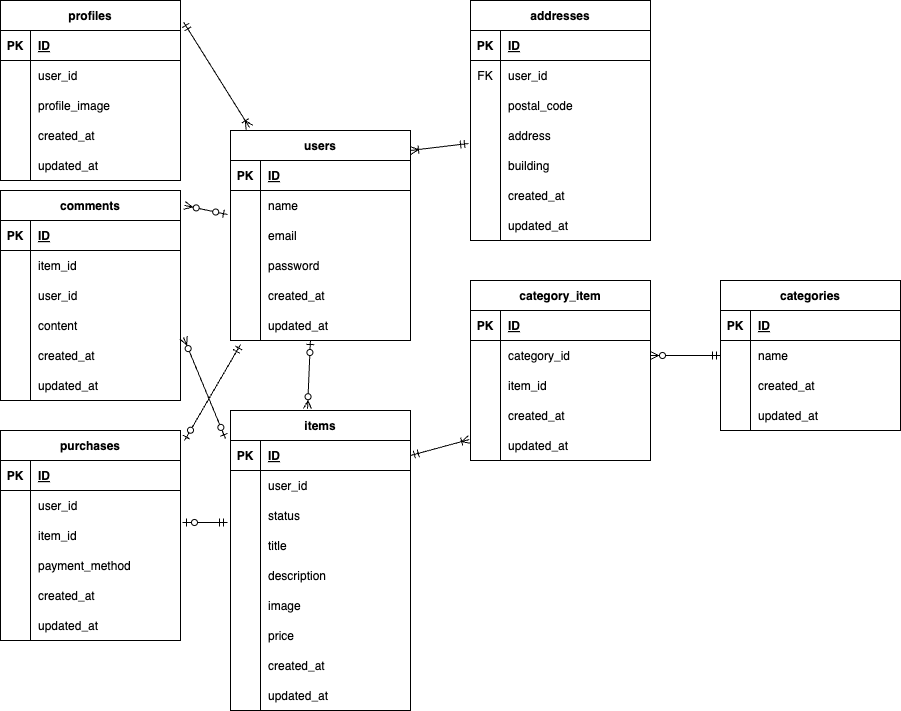
Before: marketplace-app.drawio.png, a diagram exported from draw.io (saaya0401/marketplace-app). Source tidied: cells renumbered, new cells last; positions are measured from the earlier drawing's top-left corner, leaving out a move shared by most shapes.
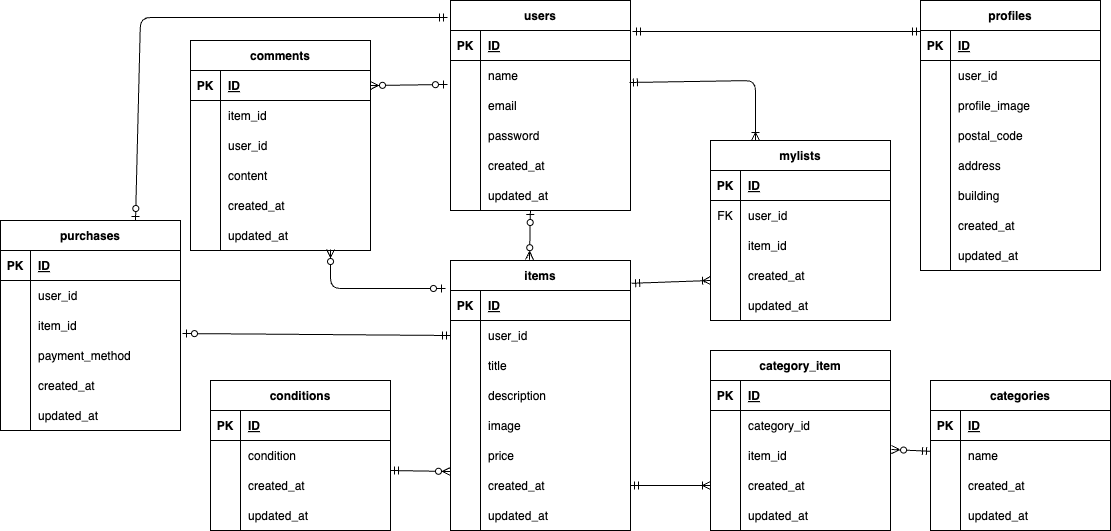
Later version of the same file.

The edit, as a diff of the source:
```diff
@@ -5,3 +5,3 @@
     <mxCell id="2" value="users" style="shape=table;startSize=30;rowLines=0;fontStyle=1;align=center;" parent="1" vertex="1">
-      <mxGeometry x="230" y="130" width="180" height="210" as="geometry" />
+      <mxGeometry x="350" y="150" width="180" height="210" as="geometry" />
     </mxCell>
@@ -61,4 +61,4 @@
     </mxCell>
-    <mxCell id="21" value="addresses" style="shape=table;startSize=30;rowLines=0;fontStyle=1;align=center;" parent="1" vertex="1">
-      <mxGeometry x="470" width="180" height="240" as="geometry" />
+    <mxCell id="21" value="mylists" style="shape=table;startSize=30;rowLines=0;fontStyle=1;align=center;" parent="1" vertex="1">
+      <mxGeometry x="610" y="290" width="180" height="180" as="geometry" />
     </mxCell>
@@ -88,25 +88,7 @@
     </mxCell>
-    <mxCell id="30" value="postal_code" style="shape=partialRectangle;fillColor=none;top=0;left=0;bottom=0;right=0;align=left;spacingLeft=6;overflow=hidden;" parent="28" vertex="1">
+    <mxCell id="30" value="item_id" style="shape=partialRectangle;fillColor=none;top=0;left=0;bottom=0;right=0;align=left;spacingLeft=6;overflow=hidden;" parent="28" vertex="1">
       <mxGeometry x="30" width="150" height="30" as="geometry" />
     </mxCell>
-    <mxCell id="31" style="shape=tableRow;horizontal=0;startSize=0;swimlaneHead=0;swimlaneBody=0;fillColor=none;points=[[0,0.5],[1,0.5]];portConstraint=eastwest;top=0;left=0;right=0;bottom=0;" parent="21" vertex="1">
-      <mxGeometry y="120" width="180" height="30" as="geometry" />
-    </mxCell>
-    <mxCell id="32" style="shape=partialRectangle;fillColor=none;top=0;left=0;bottom=0;right=0;overflow=hidden;" parent="31" vertex="1">
-      <mxGeometry width="30" height="30" as="geometry" />
-    </mxCell>
-    <mxCell id="33" value="address" style="shape=partialRectangle;fillColor=none;top=0;left=0;bottom=0;right=0;align=left;spacingLeft=6;overflow=hidden;" parent="31" vertex="1">
-      <mxGeometry x="30" width="150" height="30" as="geometry" />
-    </mxCell>
-    <mxCell id="34" style="shape=tableRow;horizontal=0;startSize=0;swimlaneHead=0;swimlaneBody=0;fillColor=none;top=0;left=0;right=0;bottom=0;" parent="21" vertex="1">
-      <mxGeometry y="150" width="180" height="30" as="geometry" />
-    </mxCell>
-    <mxCell id="35" style="shape=partialRectangle;fillColor=none;top=0;left=0;bottom=0;right=0;overflow=hidden;" parent="34" vertex="1">
-      <mxGeometry width="30" height="30" as="geometry" />
-    </mxCell>
-    <mxCell id="36" value="building" style="shape=partialRectangle;fillColor=none;top=0;left=0;bottom=0;right=0;align=left;spacingLeft=6;overflow=hidden;" parent="34" vertex="1">
-      <mxGeometry x="30" width="150" height="30" as="geometry" />
-    </mxCell>
     <mxCell id="37" style="shape=tableRow;horizontal=0;startSize=0;swimlaneHead=0;swimlaneBody=0;fillColor=none;top=0;left=0;right=0;bottom=0;" parent="21" vertex="1">
-      <mxGeometry y="180" width="180" height="30" as="geometry" />
+      <mxGeometry y="120" width="180" height="30" as="geometry" />
     </mxCell>
@@ -119,3 +101,3 @@
     <mxCell id="40" style="shape=tableRow;horizontal=0;startSize=0;swimlaneHead=0;swimlaneBody=0;fillColor=none;top=0;left=0;right=0;bottom=0;" parent="21" vertex="1">
-      <mxGeometry y="210" width="180" height="30" as="geometry" />
+      <mxGeometry y="150" width="180" height="30" as="geometry" />
     </mxCell>
@@ -128,3 +110,3 @@
     <mxCell id="43" value="profiles" style="shape=table;startSize=30;rowLines=0;fontStyle=1;align=center;" parent="1" vertex="1">
-      <mxGeometry width="180" height="180" as="geometry" />
+      <mxGeometry x="820" y="150" width="180" height="270" as="geometry" />
     </mxCell>
@@ -157,4 +139,31 @@
     </mxCell>
+    <mxCell id="163" style="shape=tableRow;horizontal=0;startSize=0;swimlaneHead=0;swimlaneBody=0;fillColor=none;top=0;left=0;right=0;bottom=0;" parent="43" vertex="1">
+      <mxGeometry y="120" width="180" height="30" as="geometry" />
+    </mxCell>
+    <mxCell id="164" style="shape=partialRectangle;fillColor=none;top=0;left=0;bottom=0;right=0;overflow=hidden;" parent="163" vertex="1">
+      <mxGeometry width="30" height="30" as="geometry" />
+    </mxCell>
+    <mxCell id="165" value="postal_code" style="shape=partialRectangle;fillColor=none;top=0;left=0;bottom=0;right=0;align=left;spacingLeft=6;overflow=hidden;" parent="163" vertex="1">
+      <mxGeometry x="30" width="150" height="30" as="geometry" />
+    </mxCell>
+    <mxCell id="34" style="shape=tableRow;horizontal=0;startSize=0;swimlaneHead=0;swimlaneBody=0;fillColor=none;top=0;left=0;right=0;bottom=0;" parent="43" vertex="1">
+      <mxGeometry y="150" width="180" height="30" as="geometry" />
+    </mxCell>
+    <mxCell id="166" style="shape=partialRectangle;fillColor=none;top=0;left=0;bottom=0;right=0;overflow=hidden;" parent="34" vertex="1">
+      <mxGeometry width="30" height="30" as="geometry" />
+    </mxCell>
+    <mxCell id="33" value="address" style="shape=partialRectangle;fillColor=none;top=0;left=0;bottom=0;right=0;align=left;spacingLeft=6;overflow=hidden;" parent="34" vertex="1">
+      <mxGeometry x="30" width="150" height="30" as="geometry" />
+    </mxCell>
+    <mxCell id="167" style="shape=tableRow;horizontal=0;startSize=0;swimlaneHead=0;swimlaneBody=0;fillColor=none;top=0;left=0;right=0;bottom=0;" parent="43" vertex="1">
+      <mxGeometry y="180" width="180" height="30" as="geometry" />
+    </mxCell>
+    <mxCell id="168" style="shape=partialRectangle;fillColor=none;top=0;left=0;bottom=0;right=0;overflow=hidden;" parent="167" vertex="1">
+      <mxGeometry width="30" height="30" as="geometry" />
+    </mxCell>
+    <mxCell id="36" value="building" style="shape=partialRectangle;fillColor=none;top=0;left=0;bottom=0;right=0;align=left;spacingLeft=6;overflow=hidden;" parent="167" vertex="1">
+      <mxGeometry x="30" width="150" height="30" as="geometry" />
+    </mxCell>
     <mxCell id="53" style="shape=tableRow;horizontal=0;startSize=0;swimlaneHead=0;swimlaneBody=0;fillColor=none;top=0;left=0;right=0;bottom=0;" parent="43" vertex="1">
-      <mxGeometry y="120" width="180" height="30" as="geometry" />
+      <mxGeometry y="210" width="180" height="30" as="geometry" />
     </mxCell>
@@ -167,3 +176,3 @@
     <mxCell id="56" style="shape=tableRow;horizontal=0;startSize=0;swimlaneHead=0;swimlaneBody=0;fillColor=none;top=0;left=0;right=0;bottom=0;" parent="43" vertex="1">
-      <mxGeometry y="150" width="180" height="30" as="geometry" />
+      <mxGeometry y="240" width="180" height="30" as="geometry" />
     </mxCell>
@@ -176,3 +185,3 @@
     <mxCell id="59" value="items" style="shape=table;startSize=30;rowLines=0;fontStyle=1;align=center;" parent="1" vertex="1">
-      <mxGeometry x="230" y="410" width="180" height="300" as="geometry" />
+      <mxGeometry x="350" y="410" width="180" height="270" as="geometry" />
     </mxCell>
@@ -196,13 +205,4 @@
     </mxCell>
-    <mxCell id="66" style="shape=tableRow;horizontal=0;startSize=0;swimlaneHead=0;swimlaneBody=0;fillColor=none;points=[[0,0.5],[1,0.5]];portConstraint=eastwest;top=0;left=0;right=0;bottom=0;" parent="59" vertex="1">
-      <mxGeometry y="90" width="180" height="30" as="geometry" />
-    </mxCell>
-    <mxCell id="67" style="shape=partialRectangle;fillColor=none;top=0;left=0;bottom=0;right=0;overflow=hidden;" parent="66" vertex="1">
-      <mxGeometry width="30" height="30" as="geometry" />
-    </mxCell>
-    <mxCell id="68" value="status" style="shape=partialRectangle;fillColor=none;top=0;left=0;bottom=0;right=0;align=left;spacingLeft=6;overflow=hidden;" parent="66" vertex="1">
-      <mxGeometry x="30" width="150" height="30" as="geometry" />
-    </mxCell>
     <mxCell id="69" style="shape=tableRow;horizontal=0;startSize=0;swimlaneHead=0;swimlaneBody=0;fillColor=none;top=0;left=0;right=0;bottom=0;" parent="59" vertex="1">
-      <mxGeometry y="120" width="180" height="30" as="geometry" />
+      <mxGeometry y="90" width="180" height="30" as="geometry" />
     </mxCell>
@@ -215,3 +215,3 @@
     <mxCell id="72" style="shape=tableRow;horizontal=0;startSize=0;swimlaneHead=0;swimlaneBody=0;fillColor=none;top=0;left=0;right=0;bottom=0;" parent="59" vertex="1">
-      <mxGeometry y="150" width="180" height="30" as="geometry" />
+      <mxGeometry y="120" width="180" height="30" as="geometry" />
     </mxCell>
@@ -224,3 +224,3 @@
     <mxCell id="75" style="shape=tableRow;horizontal=0;startSize=0;swimlaneHead=0;swimlaneBody=0;fillColor=none;top=0;left=0;right=0;bottom=0;" parent="59" vertex="1">
-      <mxGeometry y="180" width="180" height="30" as="geometry" />
+      <mxGeometry y="150" width="180" height="30" as="geometry" />
     </mxCell>
@@ -233,3 +233,3 @@
     <mxCell id="78" style="shape=tableRow;horizontal=0;startSize=0;swimlaneHead=0;swimlaneBody=0;fillColor=none;top=0;left=0;right=0;bottom=0;" parent="59" vertex="1">
-      <mxGeometry y="210" width="180" height="30" as="geometry" />
+      <mxGeometry y="180" width="180" height="30" as="geometry" />
     </mxCell>
@@ -242,3 +242,3 @@
     <mxCell id="81" style="shape=tableRow;horizontal=0;startSize=0;swimlaneHead=0;swimlaneBody=0;fillColor=none;points=[[0,0.5],[1,0.5]];portConstraint=eastwest;top=0;left=0;right=0;bottom=0;" parent="59" vertex="1">
-      <mxGeometry y="240" width="180" height="30" as="geometry" />
+      <mxGeometry y="210" width="180" height="30" as="geometry" />
     </mxCell>
@@ -251,3 +251,3 @@
     <mxCell id="84" style="shape=tableRow;horizontal=0;startSize=0;swimlaneHead=0;swimlaneBody=0;fillColor=none;top=0;left=0;right=0;bottom=0;" parent="59" vertex="1">
-      <mxGeometry y="270" width="180" height="30" as="geometry" />
+      <mxGeometry y="240" width="180" height="30" as="geometry" />
     </mxCell>
@@ -260,3 +260,3 @@
     <mxCell id="87" value="comments" style="shape=table;startSize=30;rowLines=0;fontStyle=1;align=center;" parent="1" vertex="1">
-      <mxGeometry y="190" width="180" height="210" as="geometry" />
+      <mxGeometry x="90" y="190" width="180" height="210" as="geometry" />
     </mxCell>
@@ -317,3 +317,3 @@
     <mxCell id="106" value="categories" style="shape=table;startSize=30;rowLines=0;fontStyle=1;align=center;" parent="1" vertex="1">
-      <mxGeometry x="720" y="280" width="180" height="150" as="geometry" />
+      <mxGeometry x="830" y="530" width="180" height="150" as="geometry" />
     </mxCell>
@@ -356,3 +356,3 @@
     <mxCell id="119" value="category_item" style="shape=table;startSize=30;rowLines=0;fontStyle=1;align=center;" parent="1" vertex="1">
-      <mxGeometry x="470" y="280" width="180" height="180" as="geometry" />
+      <mxGeometry x="610" y="500" width="180" height="180" as="geometry" />
     </mxCell>
@@ -404,3 +404,3 @@
     <mxCell id="135" value="purchases" style="shape=table;startSize=30;rowLines=0;fontStyle=1;align=center;" parent="1" vertex="1">
-      <mxGeometry y="430" width="180" height="210" as="geometry" />
+      <mxGeometry x="-100" y="370" width="180" height="210" as="geometry" />
     </mxCell>
@@ -460,29 +460,93 @@
     </mxCell>
-    <mxCell id="154" style="fontSize=12;html=1;endArrow=ERzeroToMany;startArrow=ERzeroToOne;exitX=-0.017;exitY=0.8;exitDx=0;exitDy=0;exitPerimeter=0;entryX=1.022;entryY=0.071;entryDx=0;entryDy=0;entryPerimeter=0;" parent="1" edge="1" source="6" target="87">
+    <mxCell id="154" style="fontSize=12;html=1;endArrow=ERzeroToMany;startArrow=ERzeroToOne;exitX=-0.017;exitY=0.8;exitDx=0;exitDy=0;exitPerimeter=0;entryX=1;entryY=0.5;entryDx=0;entryDy=0;" parent="1" edge="1" source="6" target="88">
       <mxGeometry relative="1" as="geometry" />
     </mxCell>
-    <mxCell id="155" style="fontSize=12;html=1;endArrow=ERzeroToMany;startArrow=ERzeroToOne;exitX=0.444;exitY=1;exitDx=0;exitDy=0;exitPerimeter=0;entryX=0.428;entryY=-0.006;entryDx=0;entryDy=0;entryPerimeter=0;" parent="1" edge="1" source="18" target="59">
+    <mxCell id="155" style="fontSize=12;html=1;endArrow=ERzeroToMany;startArrow=ERzeroToOne;exitX=0.444;exitY=1;exitDx=0;exitDy=0;exitPerimeter=0;entryX=0.439;entryY=-0.003;entryDx=0;entryDy=0;entryPerimeter=0;" parent="1" edge="1" source="18" target="59">
       <mxGeometry relative="1" as="geometry" />
     </mxCell>
-    <mxCell id="156" style="fontSize=12;html=1;endArrow=ERoneToMany;startArrow=ERmandOne;entryX=1;entryY=0.095;entryDx=0;entryDy=0;exitX=-0.011;exitY=0.767;exitDx=0;exitDy=0;entryPerimeter=0;exitPerimeter=0;" parent="1" edge="1" source="31" target="2">
-      <mxGeometry relative="1" as="geometry" />
+    <mxCell id="156" style="fontSize=12;html=1;endArrow=ERoneToMany;startArrow=ERmandOne;exitX=0.994;exitY=0.733;exitDx=0;exitDy=0;exitPerimeter=0;entryX=0.25;entryY=0;entryDx=0;entryDy=0;" parent="1" edge="1" source="6" target="21">
+      <mxGeometry relative="1" as="geometry">
+        <Array as="points">
+          <mxPoint x="655" y="230" />
+        </Array>
+      </mxGeometry>
     </mxCell>
-    <mxCell id="157" style="fontSize=12;html=1;endArrow=ERoneToMany;startArrow=ERmandOne;entryX=0.106;entryY=-0.014;entryDx=0;entryDy=0;entryPerimeter=0;exitX=1.017;exitY=0.12;exitDx=0;exitDy=0;exitPerimeter=0;" parent="1" edge="1" source="43" target="2">
-      <mxGeometry relative="1" as="geometry" />
-    </mxCell>
-    <mxCell id="158" style="fontSize=12;html=1;endArrow=ERoneToMany;startArrow=ERmandOne;exitX=1;exitY=0.5;exitDx=0;exitDy=0;entryX=-0.006;entryY=0.3;entryDx=0;entryDy=0;entryPerimeter=0;" parent="1" edge="1" source="60" target="132">
-      <mxGeometry relative="1" as="geometry" />
+    <mxCell id="158" style="fontSize=12;html=1;endArrow=ERoneToMany;startArrow=ERmandOne;entryX=0;entryY=0.5;entryDx=0;entryDy=0;exitX=1;exitY=0.5;exitDx=0;exitDy=0;" parent="1" edge="1" source="81" target="129">
+      <mxGeometry relative="1" as="geometry">
+        <Array as="points">
+          <mxPoint x="570" y="635" />
+        </Array>
+      </mxGeometry>
     </mxCell>
-    <mxCell id="159" style="fontSize=12;html=1;endArrow=ERzeroToMany;startArrow=ERmandOne;entryX=1;entryY=0.5;entryDx=0;entryDy=0;" parent="1" edge="1" source="110" target="123">
+    <mxCell id="159" style="fontSize=12;html=1;endArrow=ERzeroToMany;startArrow=ERmandOne;entryX=1.006;entryY=0.3;entryDx=0;entryDy=0;entryPerimeter=0;" parent="1" edge="1" source="110" target="126">
       <mxGeometry relative="1" as="geometry" />
     </mxCell>
-    <mxCell id="160" style="fontSize=12;html=1;endArrow=ERzeroToMany;startArrow=ERzeroToOne;exitX=-0.028;exitY=-0.067;exitDx=0;exitDy=0;exitPerimeter=0;entryX=1.017;entryY=-0.1;entryDx=0;entryDy=0;entryPerimeter=0;" parent="1" edge="1" source="60" target="100">
-      <mxGeometry relative="1" as="geometry" />
+    <mxCell id="160" style="fontSize=12;html=1;endArrow=ERzeroToMany;startArrow=ERzeroToOne;exitX=-0.028;exitY=-0.067;exitDx=0;exitDy=0;exitPerimeter=0;entryX=0.778;entryY=0.967;entryDx=0;entryDy=0;entryPerimeter=0;" parent="1" edge="1" source="60" target="103">
+      <mxGeometry relative="1" as="geometry">
+        <Array as="points">
+          <mxPoint x="230" y="438" />
+        </Array>
+      </mxGeometry>
     </mxCell>
-    <mxCell id="161" style="fontSize=12;html=1;endArrow=ERzeroToOne;startArrow=ERmandOne;entryX=1.011;entryY=0.067;entryDx=0;entryDy=0;entryPerimeter=0;exitX=-0.017;exitY=0.733;exitDx=0;exitDy=0;exitPerimeter=0;" parent="1" edge="1" source="66" target="142">
+    <mxCell id="161" style="fontSize=12;html=1;endArrow=ERzeroToOne;startArrow=ERmandOne;entryX=1.011;entryY=0.767;entryDx=0;entryDy=0;entryPerimeter=0;exitX=0;exitY=0.5;exitDx=0;exitDy=0;" parent="1" edge="1" source="63" target="142">
       <mxGeometry relative="1" as="geometry" />
     </mxCell>
-    <mxCell id="162" style="fontSize=12;html=1;endArrow=ERzeroToOne;startArrow=ERmandOne;exitX=0.056;exitY=1.133;exitDx=0;exitDy=0;exitPerimeter=0;entryX=1.022;entryY=0.048;entryDx=0;entryDy=0;entryPerimeter=0;" parent="1" edge="1" source="18" target="135">
-      <mxGeometry relative="1" as="geometry" />
+    <mxCell id="162" style="fontSize=12;html=1;endArrow=ERzeroToOne;startArrow=ERmandOne;exitX=-0.017;exitY=0.081;exitDx=0;exitDy=0;exitPerimeter=0;entryX=0.75;entryY=0;entryDx=0;entryDy=0;" parent="1" edge="1" source="2" target="135">
+      <mxGeometry relative="1" as="geometry">
+        <Array as="points">
+          <mxPoint x="40" y="167" />
+        </Array>
+      </mxGeometry>
     </mxCell>
+    <mxCell id="169" style="fontSize=12;html=1;endArrow=ERoneToMany;startArrow=ERmandOne;entryX=-0.006;entryY=0.3;entryDx=0;entryDy=0;entryPerimeter=0;" parent="1" edge="1">
+      <mxGeometry relative="1" as="geometry">
+        <mxPoint x="531.1" y="432.8" as="sourcePoint" />
+        <mxPoint x="610" y="430" as="targetPoint" />
+      </mxGeometry>
+    </mxCell>
+    <mxCell id="170" style="fontSize=12;html=1;endArrow=ERmandOne;startArrow=ERmandOne;entryX=0;entryY=0.033;entryDx=0;entryDy=0;entryPerimeter=0;exitX=1.011;exitY=0.033;exitDx=0;exitDy=0;exitPerimeter=0;" parent="1" edge="1" source="3" target="44">
+      <mxGeometry relative="1" as="geometry" />
+    </mxCell>
+    <mxCell id="171" value="conditions" style="shape=table;startSize=30;rowLines=0;fontStyle=1;align=center;" parent="1" vertex="1">
+      <mxGeometry x="110" y="530" width="180" height="150" as="geometry" />
+    </mxCell>
+    <mxCell id="172" style="shape=tableRow;horizontal=0;startSize=0;swimlaneHead=0;swimlaneBody=0;fillColor=none;top=0;left=0;right=0;bottom=1;" parent="171" vertex="1">
+      <mxGeometry y="30" width="180" height="30" as="geometry" />
+    </mxCell>
+    <mxCell id="173" value="PK" style="shape=partialRectangle;fillColor=none;top=0;left=0;bottom=0;right=0;fontStyle=1;overflow=hidden;" parent="172" vertex="1">
+      <mxGeometry width="30" height="30" as="geometry" />
+    </mxCell>
+    <mxCell id="174" value="ID" style="shape=partialRectangle;fillColor=none;top=0;left=0;bottom=0;right=0;align=left;spacingLeft=6;fontStyle=5;overflow=hidden;" parent="172" vertex="1">
+      <mxGeometry x="30" width="150" height="30" as="geometry" />
+    </mxCell>
+    <mxCell id="175" style="shape=tableRow;horizontal=0;startSize=0;swimlaneHead=0;swimlaneBody=0;fillColor=none;top=0;left=0;right=0;bottom=0;" parent="171" vertex="1">
+      <mxGeometry y="60" width="180" height="30" as="geometry" />
+    </mxCell>
+    <mxCell id="176" style="shape=partialRectangle;fillColor=none;top=0;left=0;bottom=0;right=0;overflow=hidden;" parent="175" vertex="1">
+      <mxGeometry width="30" height="30" as="geometry" />
+    </mxCell>
+    <mxCell id="177" value="condition" style="shape=partialRectangle;fillColor=none;top=0;left=0;bottom=0;right=0;align=left;spacingLeft=6;overflow=hidden;" parent="175" vertex="1">
+      <mxGeometry x="30" width="150" height="30" as="geometry" />
+    </mxCell>
+    <mxCell id="66" style="shape=tableRow;horizontal=0;startSize=0;swimlaneHead=0;swimlaneBody=0;fillColor=none;points=[[0,0.5],[1,0.5]];portConstraint=eastwest;top=0;left=0;right=0;bottom=0;" parent="171" vertex="1">
+      <mxGeometry y="90" width="180" height="30" as="geometry" />
+    </mxCell>
+    <mxCell id="178" style="shape=partialRectangle;fillColor=none;top=0;left=0;bottom=0;right=0;overflow=hidden;" parent="66" vertex="1">
+      <mxGeometry width="30" height="30" as="geometry" />
+    </mxCell>
+    <mxCell id="179" value="created_at" style="shape=partialRectangle;fillColor=none;top=0;left=0;bottom=0;right=0;align=left;spacingLeft=6;overflow=hidden;" parent="66" vertex="1">
+      <mxGeometry x="30" width="150" height="30" as="geometry" />
+    </mxCell>
+    <mxCell id="180" style="shape=tableRow;horizontal=0;startSize=0;swimlaneHead=0;swimlaneBody=0;fillColor=none;top=0;left=0;right=0;bottom=0;" parent="171" vertex="1">
+      <mxGeometry y="120" width="180" height="30" as="geometry" />
+    </mxCell>
+    <mxCell id="181" style="shape=partialRectangle;fillColor=none;top=0;left=0;bottom=0;right=0;overflow=hidden;" parent="180" vertex="1">
+      <mxGeometry width="30" height="30" as="geometry" />
+    </mxCell>
+    <mxCell id="182" value="updated_at" style="shape=partialRectangle;fillColor=none;top=0;left=0;bottom=0;right=0;align=left;spacingLeft=6;overflow=hidden;" parent="180" vertex="1">
+      <mxGeometry x="30" width="150" height="30" as="geometry" />
+    </mxCell>
+    <mxCell id="183" style="fontSize=12;html=1;endArrow=ERzeroToMany;startArrow=ERmandOne;entryX=0;entryY=0.033;entryDx=0;entryDy=0;entryPerimeter=0;exitX=1;exitY=0;exitDx=0;exitDy=0;exitPerimeter=0;" parent="1" edge="1" source="66" target="81">
+      <mxGeometry relative="1" as="geometry" />
+    </mxCell>
   </root>
```
